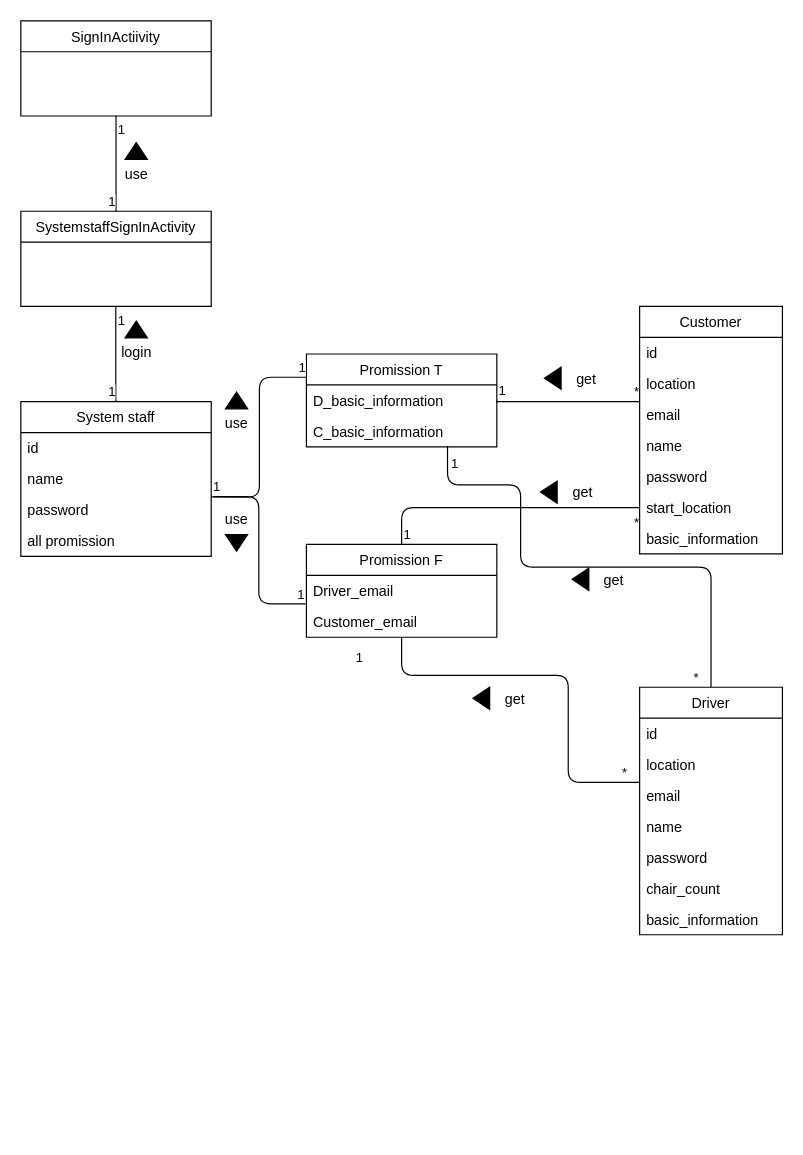
Earlier version of the draw.io diagram page "乘客與駕駛基本資料管理流程" (3 of 4) of ans.drawio (35596035/110-2HW6). Source tidied: cells renumbered, new cells numbered last; positions are measured from the earlier drawing's top-left corner, leaving out a move shared by most shapes. Both pictures are drawn from the tidied source at 119%, with x=0, y=0 at pixel (20, 20).
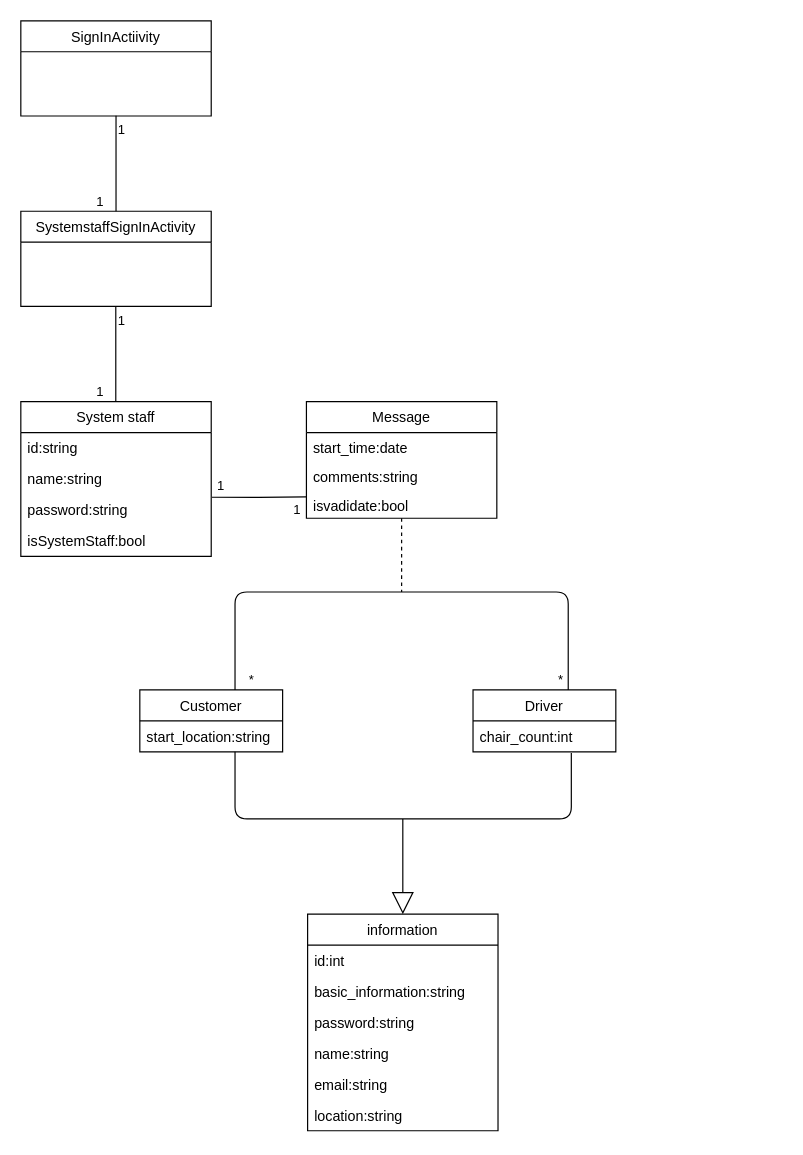
Above is the later version.

The change refers to these unchanged cells:
```xml
<mxCell id="28" value="System staff" style="swimlane;fontStyle=0;horizontal=1;startSize=26;fillColor=none;" parent="1" vertex="1">
  <mxGeometry y="320" width="160" height="130" as="geometry" />
</mxCell>
<mxCell id="33" style="endArrow=none;html=1;edgeStyle=orthogonalEdgeStyle;rounded=0;entryX=0.5;entryY=0;entryDx=0;entryDy=0;exitX=0.5;exitY=0.995;exitDx=0;exitDy=0;exitPerimeter=0;" parent="1" edge="1" source="19" target="20">
  <mxGeometry relative="1" as="geometry" />
</mxCell>
<mxCell id="36" style="endArrow=none;html=1;edgeStyle=orthogonalEdgeStyle;rounded=0;entryX=0.5;entryY=0;entryDx=0;entryDy=0;" parent="1" edge="1">
  <mxGeometry relative="1" as="geometry">
    <mxPoint x="79.8" y="240" as="sourcePoint" />
    <mxPoint x="79.8" y="320" as="targetPoint" />
    <Array as="points">
      <mxPoint x="79.8" y="241" />
    </Array>
  </mxGeometry>
</mxCell>
```

Diff of the diagram source:
```diff
@@
-    <mxCell id="2" value="Customer" style="swimlane;fontStyle=0;horizontal=1;startSize=26;fillColor=none;" parent="1" vertex="1">
-      <mxGeometry x="520" y="240" width="120" height="208" as="geometry" />
-    </mxCell>
-    <mxCell id="3" value="id " style="text;strokeColor=none;fillColor=none;align=left;verticalAlign=top;spacingLeft=4;spacingRight=4;overflow=hidden;" parent="2" vertex="1">
-      <mxGeometry y="26" width="120" height="26" as="geometry" />
-    </mxCell>
-    <mxCell id="4" value="location" style="text;strokeColor=none;fillColor=none;align=left;verticalAlign=top;spacingLeft=4;spacingRight=4;overflow=hidden;" parent="2" vertex="1">
-      <mxGeometry y="52" width="120" height="26" as="geometry" />
-    </mxCell>
-    <mxCell id="5" value="email" style="text;strokeColor=none;fillColor=none;align=left;verticalAlign=top;spacingLeft=4;spacingRight=4;overflow=hidden;" parent="2" vertex="1">
-      <mxGeometry y="78" width="120" height="26" as="geometry" />
-    </mxCell>
-    <mxCell id="6" value="name" style="text;strokeColor=none;fillColor=none;align=left;verticalAlign=top;spacingLeft=4;spacingRight=4;overflow=hidden;" parent="2" vertex="1">
-      <mxGeometry y="104" width="120" height="26" as="geometry" />
-    </mxCell>
-    <mxCell id="7" value="password" style="text;strokeColor=none;fillColor=none;align=left;verticalAlign=top;spacingLeft=4;spacingRight=4;overflow=hidden;" parent="2" vertex="1">
-      <mxGeometry y="130" width="120" height="26" as="geometry" />
-    </mxCell>
-    <mxCell id="8" value="start_location" style="text;strokeColor=none;fillColor=none;align=left;verticalAlign=top;spacingLeft=4;spacingRight=4;overflow=hidden;points=[[0,0.5],[1,0.5]];portConstraint=eastwest;" parent="2" vertex="1">
-      <mxGeometry y="156" width="120" height="26" as="geometry" />
-    </mxCell>
-    <mxCell id="9" value="basic_information" style="text;strokeColor=none;fillColor=none;align=left;verticalAlign=top;spacingLeft=4;spacingRight=4;overflow=hidden;" parent="2" vertex="1">
-      <mxGeometry y="182" width="120" height="26" as="geometry" />
-    </mxCell>
-    <mxCell id="10" value="Driver" style="swimlane;fontStyle=0;horizontal=1;startSize=26;fillColor=none;" parent="1" vertex="1">
-      <mxGeometry x="520" y="560" width="120" height="208" as="geometry" />
-    </mxCell>
-    <mxCell id="11" value="id " style="text;strokeColor=none;fillColor=none;align=left;verticalAlign=top;spacingLeft=4;spacingRight=4;overflow=hidden;" parent="10" vertex="1">
-      <mxGeometry y="26" width="120" height="26" as="geometry" />
-    </mxCell>
-    <mxCell id="12" value="location" style="text;strokeColor=none;fillColor=none;align=left;verticalAlign=top;spacingLeft=4;spacingRight=4;overflow=hidden;" parent="10" vertex="1">
-      <mxGeometry y="52" width="120" height="26" as="geometry" />
-    </mxCell>
-    <mxCell id="13" value="email" style="text;strokeColor=none;fillColor=none;align=left;verticalAlign=top;spacingLeft=4;spacingRight=4;overflow=hidden;points=[[0,0.5],[1,0.5]];portConstraint=eastwest;" parent="10" vertex="1">
-      <mxGeometry y="78" width="120" height="26" as="geometry" />
-    </mxCell>
-    <mxCell id="14" value="name" style="text;strokeColor=none;fillColor=none;align=left;verticalAlign=top;spacingLeft=4;spacingRight=4;overflow=hidden;" parent="10" vertex="1">
-      <mxGeometry y="104" width="120" height="26" as="geometry" />
-    </mxCell>
-    <mxCell id="15" value="password" style="text;strokeColor=none;fillColor=none;align=left;verticalAlign=top;spacingLeft=4;spacingRight=4;overflow=hidden;" parent="10" vertex="1">
-      <mxGeometry y="130" width="120" height="26" as="geometry" />
-    </mxCell>
-    <mxCell id="16" value="chair_count" style="text;strokeColor=none;fillColor=none;align=left;verticalAlign=top;spacingLeft=4;spacingRight=4;overflow=hidden;" parent="10" vertex="1">
-      <mxGeometry y="156" width="120" height="26" as="geometry" />
-    </mxCell>
-    <mxCell id="17" value="basic_information" style="text;strokeColor=none;fillColor=none;align=left;verticalAlign=top;spacingLeft=4;spacingRight=4;overflow=hidden;" parent="10" vertex="1">
-      <mxGeometry y="182" width="120" height="26" as="geometry" />
-    </mxCell>
@@
-    <mxCell id="22" value="Promission F" style="swimlane;fontStyle=0;horizontal=1;startSize=26;fillColor=none;" parent="1" vertex="1">
-      <mxGeometry x="240" y="440" width="160" height="78" as="geometry" />
-    </mxCell>
-    <mxCell id="23" value="Driver_email" style="text;strokeColor=none;fillColor=none;align=left;verticalAlign=top;spacingLeft=4;spacingRight=4;overflow=hidden;points=[[0,0.5],[1,0.5]];portConstraint=eastwest;" parent="22" vertex="1">
-      <mxGeometry y="26" width="160" height="26" as="geometry" />
-    </mxCell>
-    <mxCell id="24" value="Customer_email" style="text;strokeColor=none;fillColor=none;align=left;verticalAlign=top;spacingLeft=4;spacingRight=4;overflow=hidden;points=[[0,0.5],[1,0.5]];portConstraint=eastwest;" parent="22" vertex="1">
-      <mxGeometry y="52" width="160" height="26" as="geometry" />
-    </mxCell>
-    <mxCell id="25" value="Promission T" style="swimlane;fontStyle=0;horizontal=1;startSize=26;fillColor=none;" parent="1" vertex="1">
-      <mxGeometry x="240" y="280" width="160" height="78" as="geometry" />
-    </mxCell>
-    <mxCell id="26" value="D_basic_information" style="text;strokeColor=none;fillColor=none;align=left;verticalAlign=top;spacingLeft=4;spacingRight=4;overflow=hidden;points=[[0,0.5],[1,0.5]];portConstraint=eastwest;" parent="25" vertex="1">
-      <mxGeometry y="26" width="160" height="26" as="geometry" />
-    </mxCell>
-    <mxCell id="27" value="C_basic_information" style="text;strokeColor=none;fillColor=none;align=left;verticalAlign=top;spacingLeft=4;spacingRight=4;overflow=hidden;points=[[0,0.5],[1,0.5]];portConstraint=eastwest;" parent="25" vertex="1">
-      <mxGeometry y="52" width="160" height="26" as="geometry" />
-    </mxCell>
@@
-    <mxCell id="29" value="id " style="text;strokeColor=none;fillColor=none;align=left;verticalAlign=top;spacingLeft=4;spacingRight=4;overflow=hidden;" parent="28" vertex="1">
+    <mxCell id="29" value="id:string" style="text;strokeColor=none;fillColor=none;align=left;verticalAlign=top;spacingLeft=4;spacingRight=4;overflow=hidden;" parent="28" vertex="1">
       <mxGeometry y="26" width="160" height="26" as="geometry" />
     </mxCell>
-    <mxCell id="30" value="name" style="text;strokeColor=none;fillColor=none;align=left;verticalAlign=top;spacingLeft=4;spacingRight=4;overflow=hidden;" parent="28" vertex="1">
+    <mxCell id="30" value="name:string" style="text;strokeColor=none;fillColor=none;align=left;verticalAlign=top;spacingLeft=4;spacingRight=4;overflow=hidden;" parent="28" vertex="1">
       <mxGeometry y="52" width="160" height="26" as="geometry" />
     </mxCell>
-    <mxCell id="31" value="password" style="text;strokeColor=none;fillColor=none;align=left;verticalAlign=top;spacingLeft=4;spacingRight=4;overflow=hidden;points=[[0,0.5],[1,0.5]];portConstraint=eastwest;" parent="28" vertex="1">
+    <mxCell id="31" value="password:string" style="text;strokeColor=none;fillColor=none;align=left;verticalAlign=top;spacingLeft=4;spacingRight=4;overflow=hidden;points=[[0,0.5],[1,0.5]];portConstraint=eastwest;" parent="28" vertex="1">
       <mxGeometry y="78" width="160" height="26" as="geometry" />
     </mxCell>
-    <mxCell id="32" value="all promission" style="text;strokeColor=none;fillColor=none;align=left;verticalAlign=top;spacingLeft=4;spacingRight=4;overflow=hidden;" parent="28" vertex="1">
+    <mxCell id="32" value="isSystemStaff:bool" style="text;strokeColor=none;fillColor=none;align=left;verticalAlign=top;spacingLeft=4;spacingRight=4;overflow=hidden;" parent="28" vertex="1">
       <mxGeometry y="104" width="160" height="26" as="geometry" />
     </mxCell>
@@
     <mxCell id="35" value="1" style="edgeLabel;html=1;align=right;verticalAlign=bottom;" parent="33" vertex="1">
-      <mxGeometry x="1" relative="1" as="geometry" />
+      <mxGeometry x="1" relative="1" as="geometry">
+        <mxPoint x="-10" as="offset" />
+      </mxGeometry>
     </mxCell>
@@
     <mxCell id="38" value="1" style="edgeLabel;html=1;align=right;verticalAlign=bottom;" parent="36" vertex="1">
-      <mxGeometry x="1" relative="1" as="geometry" />
+      <mxGeometry x="1" relative="1" as="geometry">
+        <mxPoint x="-10" as="offset" />
+      </mxGeometry>
     </mxCell>
-    <mxCell id="39" style="endArrow=none;html=1;edgeStyle=orthogonalEdgeStyle;rounded=1;entryX=0;entryY=0.25;entryDx=0;entryDy=0;" parent="1" edge="1" target="25">
-      <mxGeometry relative="1" as="geometry">
-        <mxPoint x="160" y="400" as="sourcePoint" />
-      </mxGeometry>
-    </mxCell>
-    <mxCell id="40" value="1" style="edgeLabel;html=1;align=left;verticalAlign=bottom;" parent="39" vertex="1">
-      <mxGeometry x="-1" relative="1" as="geometry" />
-    </mxCell>
-    <mxCell id="41" value="1" style="edgeLabel;html=1;align=right;verticalAlign=bottom;" parent="39" vertex="1">
-      <mxGeometry x="1" relative="1" as="geometry" />
-    </mxCell>
-    <mxCell id="42" style="endArrow=none;html=1;edgeStyle=orthogonalEdgeStyle;rounded=1;entryX=-0.004;entryY=0.922;entryDx=0;entryDy=0;entryPerimeter=0;exitX=1.01;exitY=0.069;exitDx=0;exitDy=0;exitPerimeter=0;" parent="1" edge="1" source="31" target="23">
-      <mxGeometry relative="1" as="geometry" />
-    </mxCell>
-    <mxCell id="43" value="1" style="edgeLabel;html=1;align=right;verticalAlign=bottom;" parent="42" vertex="1">
-      <mxGeometry x="1" relative="1" as="geometry" />
-    </mxCell>
-    <mxCell id="44" style="endArrow=none;html=1;edgeStyle=orthogonalEdgeStyle;rounded=0;exitX=1;exitY=0.5;exitDx=0;exitDy=0;" parent="1" edge="1" source="26">
-      <mxGeometry relative="1" as="geometry">
-        <mxPoint x="520" y="320" as="targetPoint" />
-        <Array as="points">
-          <mxPoint x="400" y="320" />
-        </Array>
-      </mxGeometry>
-    </mxCell>
-    <mxCell id="45" value="1" style="edgeLabel;html=1;align=left;verticalAlign=bottom;" parent="44" vertex="1">
-      <mxGeometry x="-1" relative="1" as="geometry" />
-    </mxCell>
-    <mxCell id="46" value="*" style="edgeLabel;html=1;align=right;verticalAlign=bottom;" parent="44" vertex="1">
-      <mxGeometry x="1" relative="1" as="geometry" />
-    </mxCell>
-    <mxCell id="47" style="endArrow=none;html=1;edgeStyle=orthogonalEdgeStyle;rounded=1;exitX=0.741;exitY=0.972;exitDx=0;exitDy=0;exitPerimeter=0;entryX=0.5;entryY=0;entryDx=0;entryDy=0;" parent="1" edge="1" source="27" target="10">
-      <mxGeometry relative="1" as="geometry">
-        <Array as="points">
-          <mxPoint x="359" y="390" />
-          <mxPoint x="420" y="390" />
-          <mxPoint x="420" y="459" />
-          <mxPoint x="580" y="459" />
-        </Array>
-      </mxGeometry>
-    </mxCell>
-    <mxCell id="48" value="1" style="edgeLabel;html=1;align=left;verticalAlign=bottom;" parent="47" vertex="1">
-      <mxGeometry x="-1" relative="1" as="geometry">
-        <mxPoint x="1" y="23" as="offset" />
-      </mxGeometry>
-    </mxCell>
-    <mxCell id="49" value="*" style="edgeLabel;html=1;align=right;verticalAlign=bottom;" parent="47" vertex="1">
-      <mxGeometry x="1" relative="1" as="geometry">
-        <mxPoint x="-10" as="offset" />
-      </mxGeometry>
-    </mxCell>
-    <mxCell id="50" style="endArrow=none;html=1;edgeStyle=orthogonalEdgeStyle;rounded=1;entryX=0;entryY=0.077;entryDx=0;entryDy=0;entryPerimeter=0;" parent="1" edge="1" source="24" target="13">
-      <mxGeometry relative="1" as="geometry">
-        <Array as="points">
-          <mxPoint x="320" y="550" />
-          <mxPoint x="460" y="550" />
-          <mxPoint x="460" y="640" />
-        </Array>
-      </mxGeometry>
-    </mxCell>
-    <mxCell id="51" value="1" style="edgeLabel;html=1;align=left;verticalAlign=bottom;" parent="50" vertex="1">
-      <mxGeometry x="-1" relative="1" as="geometry">
-        <mxPoint x="-40" y="25" as="offset" />
-      </mxGeometry>
-    </mxCell>
-    <mxCell id="52" value="*" style="edgeLabel;html=1;align=right;verticalAlign=bottom;" parent="50" vertex="1">
-      <mxGeometry x="1" relative="1" as="geometry">
-        <mxPoint x="-10" as="offset" />
-      </mxGeometry>
-    </mxCell>
-    <mxCell id="53" style="endArrow=none;html=1;edgeStyle=orthogonalEdgeStyle;rounded=1;exitX=0.5;exitY=0;exitDx=0;exitDy=0;entryX=0;entryY=0.5;entryDx=0;entryDy=0;" parent="1" edge="1" source="22" target="8">
-      <mxGeometry relative="1" as="geometry" />
-    </mxCell>
-    <mxCell id="54" value="1" style="edgeLabel;html=1;align=left;verticalAlign=bottom;" parent="53" vertex="1">
-      <mxGeometry x="-1" relative="1" as="geometry" />
-    </mxCell>
-    <mxCell id="55" value="*" style="edgeLabel;html=1;align=right;verticalAlign=bottom;" parent="53" vertex="1">
-      <mxGeometry x="1" relative="1" as="geometry">
-        <mxPoint y="21" as="offset" />
-      </mxGeometry>
-    </mxCell>
-    <mxCell id="56" style="triangle;whiteSpace=wrap;html=1;rotation=-90;fillColor=#000000;" parent="1" vertex="1">
-      <mxGeometry x="90" y="100" width="14" height="18.7" as="geometry" />
-    </mxCell>
-    <mxCell id="57" value="use" style="text;html=1;strokeColor=none;fillColor=none;align=center;verticalAlign=middle;whiteSpace=wrap;rounded=0;" parent="1" vertex="1">
-      <mxGeometry x="75.7" y="118.7" width="42.7" height="21.3" as="geometry" />
-    </mxCell>
-    <mxCell id="58" style="triangle;whiteSpace=wrap;html=1;rotation=-90;fillColor=#000000;" parent="1" vertex="1">
-      <mxGeometry x="90" y="250" width="14" height="18.7" as="geometry" />
-    </mxCell>
-    <mxCell id="59" value="login" style="text;html=1;strokeColor=none;fillColor=none;align=center;verticalAlign=middle;whiteSpace=wrap;rounded=0;" parent="1" vertex="1">
-      <mxGeometry x="75.7" y="268.7" width="42.7" height="21.3" as="geometry" />
-    </mxCell>
-    <mxCell id="60" style="triangle;whiteSpace=wrap;html=1;rotation=-90;fillColor=#000000;" parent="1" vertex="1">
-      <mxGeometry x="174.3" y="309.7" width="14" height="18.7" as="geometry" />
-    </mxCell>
-    <mxCell id="61" value="use" style="text;html=1;strokeColor=none;fillColor=none;align=center;verticalAlign=middle;whiteSpace=wrap;rounded=0;" parent="1" vertex="1">
-      <mxGeometry x="160" y="328.3" width="42.7" height="21.3" as="geometry" />
-    </mxCell>
-    <mxCell id="62" style="triangle;whiteSpace=wrap;html=1;rotation=90;fillColor=#000000;" parent="1" vertex="1">
-      <mxGeometry x="174.3" y="429.3" width="14" height="18.7" as="geometry" />
-    </mxCell>
-    <mxCell id="63" value="use" style="text;html=1;strokeColor=none;fillColor=none;align=center;verticalAlign=middle;whiteSpace=wrap;rounded=0;" parent="1" vertex="1">
-      <mxGeometry x="160" y="408" width="42.7" height="21.3" as="geometry" />
-    </mxCell>
-    <mxCell id="64" style="triangle;whiteSpace=wrap;html=1;rotation=-180;fillColor=#000000;" parent="1" vertex="1">
-      <mxGeometry x="440" y="291" width="14" height="18.7" as="geometry" />
-    </mxCell>
-    <mxCell id="65" value="get" style="text;html=1;strokeColor=none;fillColor=none;align=center;verticalAlign=middle;whiteSpace=wrap;rounded=0;" parent="1" vertex="1">
-      <mxGeometry x="454" y="291" width="42.7" height="21.3" as="geometry" />
-    </mxCell>
-    <mxCell id="66" style="triangle;whiteSpace=wrap;html=1;rotation=-180;fillColor=#000000;" parent="1" vertex="1">
-      <mxGeometry x="380" y="560" width="14" height="18.7" as="geometry" />
-    </mxCell>
-    <mxCell id="67" value="get" style="text;html=1;strokeColor=none;fillColor=none;align=center;verticalAlign=middle;whiteSpace=wrap;rounded=0;" parent="1" vertex="1">
-      <mxGeometry x="394" y="560" width="42.7" height="21.3" as="geometry" />
-    </mxCell>
-    <mxCell id="68" style="triangle;whiteSpace=wrap;html=1;rotation=-180;fillColor=#000000;" parent="1" vertex="1">
-      <mxGeometry x="436.7" y="386.7" width="14" height="18.7" as="geometry" />
-    </mxCell>
-    <mxCell id="69" value="get" style="text;html=1;strokeColor=none;fillColor=none;align=center;verticalAlign=middle;whiteSpace=wrap;rounded=0;" parent="1" vertex="1">
-      <mxGeometry x="450.7" y="386.7" width="42.7" height="21.3" as="geometry" />
-    </mxCell>
-    <mxCell id="70" style="triangle;whiteSpace=wrap;html=1;rotation=-180;fillColor=#000000;" parent="1" vertex="1">
-      <mxGeometry x="463.3" y="460" width="14" height="18.7" as="geometry" />
-    </mxCell>
-    <mxCell id="71" value="get" style="text;html=1;strokeColor=none;fillColor=none;align=center;verticalAlign=middle;whiteSpace=wrap;rounded=0;" parent="1" vertex="1">
-      <mxGeometry x="477.3" y="460" width="42.7" height="21.3" as="geometry" />
-    </mxCell>
+    <mxCell id="72" value="Message" style="swimlane;fontStyle=0;horizontal=1;startSize=26;fillColor=none;" parent="1" vertex="1">
+      <mxGeometry x="240" y="320" width="160" height="98" as="geometry" />
+    </mxCell>
+    <mxCell id="73" value="start_time:date" style="text;strokeColor=none;fillColor=none;align=left;verticalAlign=top;spacingLeft=4;spacingRight=4;overflow=hidden;" parent="72" vertex="1">
+      <mxGeometry y="26" width="160" height="24" as="geometry" />
+    </mxCell>
+    <mxCell id="74" value="comments:string" style="text;strokeColor=none;fillColor=none;align=left;verticalAlign=top;spacingLeft=4;spacingRight=4;overflow=hidden;" parent="72" vertex="1">
+      <mxGeometry y="50" width="160" height="24" as="geometry" />
+    </mxCell>
+    <mxCell id="75" value="isvadidate:bool" style="text;strokeColor=none;fillColor=none;align=left;verticalAlign=top;spacingLeft=4;spacingRight=4;overflow=hidden;" parent="72" vertex="1">
+      <mxGeometry y="74" width="160" height="24" as="geometry" />
+    </mxCell>
+    <mxCell id="76" style="endArrow=none;html=1;edgeStyle=orthogonalEdgeStyle;rounded=0;exitX=1.004;exitY=0.091;exitDx=0;exitDy=0;exitPerimeter=0;" parent="1" edge="1" source="31">
+      <mxGeometry relative="1" as="geometry">
+        <mxPoint x="240" y="400" as="targetPoint" />
+      </mxGeometry>
+    </mxCell>
+    <mxCell id="77" value="1" style="edgeLabel;html=1;align=center;verticalAlign=middle;" parent="76" vertex="1">
+      <mxGeometry x="0.79" relative="1" as="geometry">
+        <mxPoint y="10" as="offset" />
+      </mxGeometry>
+    </mxCell>
+    <mxCell id="78" value="1" style="edgeLabel;html=1;align=center;verticalAlign=middle;" parent="76" vertex="1">
+      <mxGeometry x="-0.83" relative="1" as="geometry">
+        <mxPoint y="-10" as="offset" />
+      </mxGeometry>
+    </mxCell>
+    <mxCell id="2" value="Customer" style="swimlane;fontStyle=0;horizontal=1;startSize=26;fillColor=none;" parent="1" vertex="1">
+      <mxGeometry x="100" y="562.3" width="120" height="52" as="geometry" />
+    </mxCell>
+    <mxCell id="79" value="start_location:string" style="text;strokeColor=none;fillColor=none;align=left;verticalAlign=top;spacingLeft=4;spacingRight=4;overflow=hidden;" parent="2" vertex="1">
+      <mxGeometry y="26" width="120" height="26" as="geometry" />
+    </mxCell>
+    <mxCell id="10" value="Driver" style="swimlane;fontStyle=0;horizontal=1;startSize=26;fillColor=none;" parent="1" vertex="1">
+      <mxGeometry x="380" y="562.3" width="120" height="52" as="geometry" />
+    </mxCell>
+    <mxCell id="80" value="chair_count:int" style="text;strokeColor=none;fillColor=none;align=left;verticalAlign=top;spacingLeft=4;spacingRight=4;overflow=hidden;" parent="10" vertex="1">
+      <mxGeometry y="26" width="120" height="26" as="geometry" />
+    </mxCell>
+    <mxCell id="81" value="information" style="swimlane;fontStyle=0;horizontal=1;startSize=26;fillColor=none;" parent="1" vertex="1">
+      <mxGeometry x="241" y="750.7" width="160" height="182" as="geometry" />
+    </mxCell>
+    <mxCell id="82" value="id:int" style="text;strokeColor=none;fillColor=none;align=left;verticalAlign=top;spacingLeft=4;spacingRight=4;overflow=hidden;" parent="81" vertex="1">
+      <mxGeometry y="26" width="160" height="26" as="geometry" />
+    </mxCell>
+    <mxCell id="83" value="basic_information:string" style="text;strokeColor=none;fillColor=none;align=left;verticalAlign=top;spacingLeft=4;spacingRight=4;overflow=hidden;" parent="81" vertex="1">
+      <mxGeometry y="52" width="160" height="26" as="geometry" />
+    </mxCell>
+    <mxCell id="84" value="password:string" style="text;strokeColor=none;fillColor=none;align=left;verticalAlign=top;spacingLeft=4;spacingRight=4;overflow=hidden;" parent="81" vertex="1">
+      <mxGeometry y="78" width="160" height="26" as="geometry" />
+    </mxCell>
+    <mxCell id="85" value="name:string" style="text;strokeColor=none;fillColor=none;align=left;verticalAlign=top;spacingLeft=4;spacingRight=4;overflow=hidden;" parent="81" vertex="1">
+      <mxGeometry y="104" width="160" height="26" as="geometry" />
+    </mxCell>
+    <mxCell id="86" value="email:string" style="text;strokeColor=none;fillColor=none;align=left;verticalAlign=top;spacingLeft=4;spacingRight=4;overflow=hidden;" parent="81" vertex="1">
+      <mxGeometry y="130" width="160" height="26" as="geometry" />
+    </mxCell>
+    <mxCell id="87" value="location:string" style="text;strokeColor=none;fillColor=none;align=left;verticalAlign=top;spacingLeft=4;spacingRight=4;overflow=hidden;" parent="81" vertex="1">
+      <mxGeometry y="156" width="160" height="26" as="geometry" />
+    </mxCell>
+    <mxCell id="88" style="edgeStyle=orthogonalEdgeStyle;rounded=0;orthogonalLoop=1;jettySize=auto;html=1;endArrow=none;endFill=0;dashed=1;" parent="1" edge="1">
+      <mxGeometry relative="1" as="geometry">
+        <mxPoint x="320" y="418" as="sourcePoint" />
+        <mxPoint x="320" y="480" as="targetPoint" />
+      </mxGeometry>
+    </mxCell>
+    <mxCell id="89" style="endArrow=none;html=1;edgeStyle=orthogonalEdgeStyle;rounded=1;exitX=0.5;exitY=0;exitDx=0;exitDy=0;entryX=0.5;entryY=0;entryDx=0;entryDy=0;" parent="1" edge="1">
+      <mxGeometry relative="1" as="geometry">
+        <mxPoint x="180" y="562.3" as="sourcePoint" />
+        <mxPoint x="460" y="562.3" as="targetPoint" />
+        <Array as="points">
+          <mxPoint x="180" y="480" />
+          <mxPoint x="460" y="480" />
+        </Array>
+      </mxGeometry>
+    </mxCell>
+    <mxCell id="90" value="*" style="edgeLabel;html=1;align=left;verticalAlign=bottom;" parent="89" vertex="1">
+      <mxGeometry x="-1" relative="1" as="geometry">
+        <mxPoint x="10" as="offset" />
+      </mxGeometry>
+    </mxCell>
+    <mxCell id="91" style="endArrow=none;html=1;edgeStyle=orthogonalEdgeStyle;rounded=1;exitX=0.492;exitY=0.973;exitDx=0;exitDy=0;exitPerimeter=0;entryX=0.514;entryY=1.008;entryDx=0;entryDy=0;entryPerimeter=0;" parent="1" edge="1">
+      <mxGeometry relative="1" as="geometry">
+        <mxPoint x="180" y="614.3" as="sourcePoint" />
+        <mxPoint x="462.6" y="615.2" as="targetPoint" />
+        <Array as="points">
+          <mxPoint x="180" y="670.7" />
+          <mxPoint x="463" y="670.7" />
+        </Array>
+      </mxGeometry>
+    </mxCell>
+    <mxCell id="92" style="endArrow=block;endSize=16;endFill=0;html=1;rounded=1;entryX=0.5;entryY=0;entryDx=0;entryDy=0;" parent="1" edge="1">
+      <mxGeometry y="30" relative="1" as="geometry">
+        <mxPoint x="321" y="670.7" as="sourcePoint" />
+        <mxPoint x="321" y="750.7" as="targetPoint" />
+      </mxGeometry>
+    </mxCell>
+    <mxCell id="93" value="*" style="edgeLabel;html=1;align=left;verticalAlign=bottom;" parent="1" vertex="1">
+      <mxGeometry x="450" y="562.3" as="geometry" />
+    </mxCell>
```
